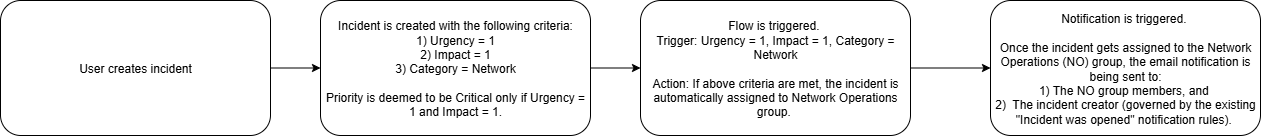
franik7/service-now-urgent-incident-notification-workflow keeps this draw.io diagram as Diagram.png. Above is the earlier version. Source tidied: cells renumbered, new cells last; positions are measured from the earlier drawing's top-left corner, leaving out a move shared by most shapes. Source of this version:
```xml
<mxGraphModel>
  <root>
    <mxCell id="0" />
    <mxCell id="1" parent="0" />
    <mxCell id="2" style="edgeStyle=orthogonalEdgeStyle;rounded=0;jettySize=auto;html=1;" parent="1" edge="1" source="3" target="7">
      <mxGeometry relative="1" as="geometry" />
    </mxCell>
    <mxCell id="3" value="Incident is created with the following criteria:&lt;br&gt;1) Urgency = 1&lt;div&gt;2) Impact = 1&lt;/div&gt;&lt;div&gt;3) Category = Network&lt;/div&gt;&lt;div&gt;&lt;br&gt;&lt;/div&gt;&lt;div&gt;Priority is deemed to be Critical only if Urgency = 1 and Impact = 1.&lt;/div&gt;" style="rounded=1;whiteSpace=wrap;html=1;" parent="1" vertex="1">
      <mxGeometry x="320" width="270" height="135" as="geometry" />
    </mxCell>
    <mxCell id="4" style="edgeStyle=orthogonalEdgeStyle;rounded=0;jettySize=auto;html=1;" parent="1" edge="1" source="5" target="3">
      <mxGeometry relative="1" as="geometry" />
    </mxCell>
    <mxCell id="5" value="User creates incident" style="rounded=1;whiteSpace=wrap;html=1;" parent="1" vertex="1">
      <mxGeometry width="270" height="135" as="geometry" />
    </mxCell>
    <mxCell id="6" style="edgeStyle=orthogonalEdgeStyle;rounded=0;jettySize=auto;html=1;" parent="1" edge="1" source="7" target="8">
      <mxGeometry relative="1" as="geometry" />
    </mxCell>
    <mxCell id="7" value="Flow is triggered.&amp;nbsp;&lt;div&gt;Trigger: Urgency = 1, Impact = 1, Category = Network&lt;/div&gt;&lt;div&gt;&lt;br&gt;&lt;/div&gt;&lt;div&gt;Action: If above criteria are met, the incident is automatically assigned to Network Operations group.&amp;nbsp;&lt;/div&gt;" style="rounded=1;whiteSpace=wrap;html=1;" parent="1" vertex="1">
      <mxGeometry x="640" width="270" height="135" as="geometry" />
    </mxCell>
    <mxCell id="8" value="Notification is triggered.&amp;nbsp;&lt;div&gt;&lt;br&gt;&lt;/div&gt;&lt;div&gt;Once the incident gets assigned to the Network Operations (NO) group, the email notification is being sent to:&lt;/div&gt;&lt;div&gt;1) The NO group members, and&amp;nbsp;&lt;/div&gt;&lt;div&gt;2)&amp;nbsp; The incident creator (governed by the existing &quot;Incident was opened&quot; notification rules).&amp;nbsp;&lt;/div&gt;" style="rounded=1;whiteSpace=wrap;html=1;" parent="1" vertex="1">
      <mxGeometry x="990" width="270" height="135" as="geometry" />
    </mxCell>
  </root>
</mxGraphModel>
```
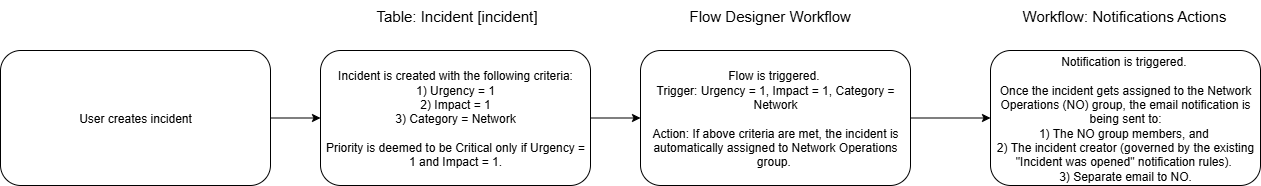
Later version of the same file.

The edit, as a diff of the source:
```diff
@@ -14,14 +14,23 @@
     <mxCell id="5" value="User creates incident" style="rounded=1;whiteSpace=wrap;html=1;" parent="1" vertex="1">
       <mxGeometry width="270" height="135" as="geometry" />
     </mxCell>
-    <mxCell id="6" style="edgeStyle=orthogonalEdgeStyle;rounded=0;jettySize=auto;html=1;" parent="1" edge="1" source="7" target="8">
-      <mxGeometry relative="1" as="geometry" />
-    </mxCell>
+    <mxCell id="9" style="edgeStyle=orthogonalEdgeStyle;rounded=0;jettySize=auto;html=1;" parent="1" edge="1" source="7" target="10">
+      <mxGeometry relative="1" as="geometry" />
+    </mxCell>
     <mxCell id="7" value="Flow is triggered.&amp;nbsp;&lt;div&gt;Trigger: Urgency = 1, Impact = 1, Category = Network&lt;/div&gt;&lt;div&gt;&lt;br&gt;&lt;/div&gt;&lt;div&gt;Action: If above criteria are met, the incident is automatically assigned to Network Operations group.&amp;nbsp;&lt;/div&gt;" style="rounded=1;whiteSpace=wrap;html=1;" parent="1" vertex="1">
       <mxGeometry x="640" width="270" height="135" as="geometry" />
     </mxCell>
-    <mxCell id="8" value="Notification is triggered.&amp;nbsp;&lt;div&gt;&lt;br&gt;&lt;/div&gt;&lt;div&gt;Once the incident gets assigned to the Network Operations (NO) group, the email notification is being sent to:&lt;/div&gt;&lt;div&gt;1) The NO group members, and&amp;nbsp;&lt;/div&gt;&lt;div&gt;2)&amp;nbsp; The incident creator (governed by the existing &quot;Incident was opened&quot; notification rules).&amp;nbsp;&lt;/div&gt;" style="rounded=1;whiteSpace=wrap;html=1;" parent="1" vertex="1">
-      <mxGeometry x="990" width="270" height="135" as="geometry" />
-    </mxCell>
+    <mxCell id="10" value="Notification is triggered.&amp;nbsp;&lt;div&gt;&lt;br&gt;&lt;/div&gt;&lt;div&gt;Once the incident gets assigned to the Network Operations (NO) group, the email notification is being sent to:&lt;/div&gt;&lt;div&gt;1) The NO group members, and&amp;nbsp;&lt;/div&gt;&lt;div&gt;2) The incident creator (governed by the existing &quot;Incident was opened&quot; notification rules).&amp;nbsp;&lt;/div&gt;&lt;div&gt;3) Separate email to NO.&lt;/div&gt;" style="rounded=1;whiteSpace=wrap;html=1;" parent="1" vertex="1">
+      <mxGeometry x="990" width="270" height="135" as="geometry" />
+    </mxCell>
+    <mxCell id="11" value="&lt;font style=&quot;font-size: 15px;&quot;&gt;Table: Incident [incident]&lt;/font&gt;" style="text;whiteSpace=wrap;html=1;" parent="1" vertex="1">
+      <mxGeometry x="373.8" y="-50" width="162.5" height="40" as="geometry" />
+    </mxCell>
+    <mxCell id="12" value="&lt;font style=&quot;font-size: 15px;&quot;&gt;Flow Designer Workflow&lt;/font&gt;" style="text;whiteSpace=wrap;html=1;" parent="1" vertex="1">
+      <mxGeometry x="686.9" y="-50" width="176.2" height="40" as="geometry" />
+    </mxCell>
+    <mxCell id="13" value="&lt;font style=&quot;font-size: 15px;&quot;&gt;Workflow: Notifications Actions&lt;/font&gt;" style="text;whiteSpace=wrap;html=1;" parent="1" vertex="1">
+      <mxGeometry x="1020" y="-50" width="210" height="40" as="geometry" />
+    </mxCell>
   </root>
 </mxGraphModel>
```
